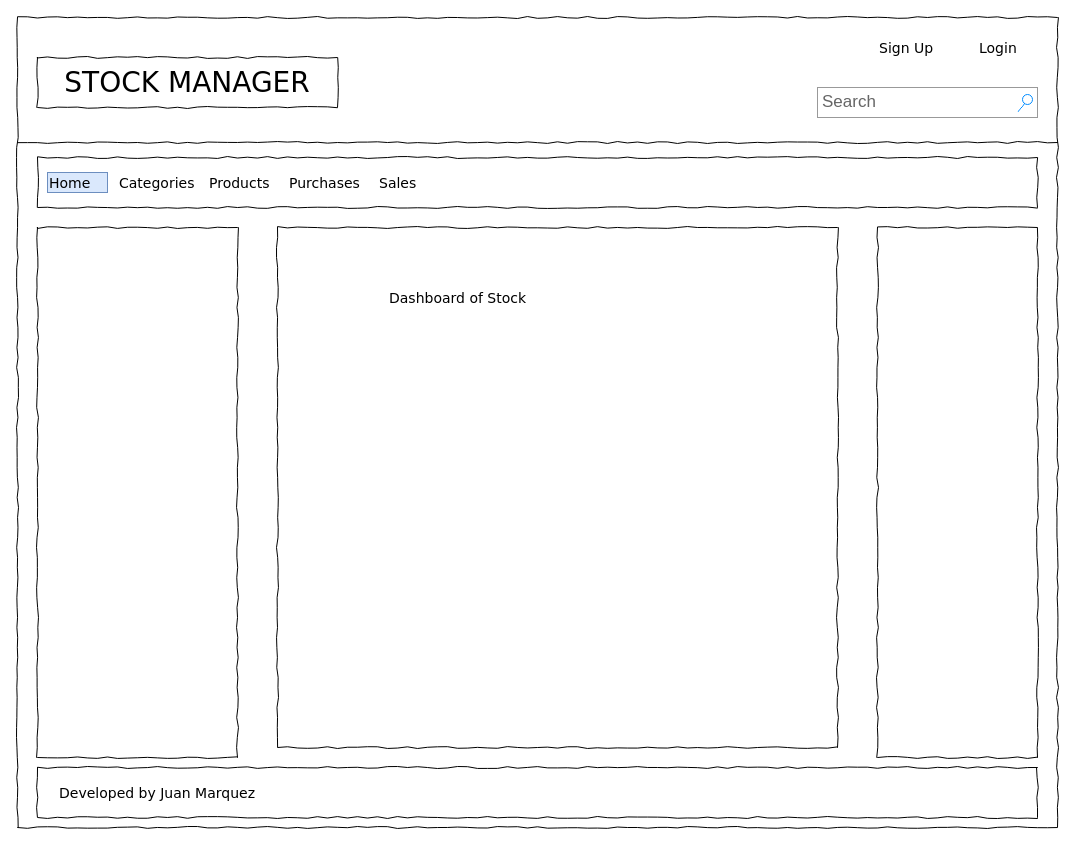
Earlier version of the draw.io diagram page "Home" (1 of 5) of Untitled Diagram.drawio (juanmarquez4/stock-manager). Source tidied: cells renumbered, new cells numbered last; positions are measured from the earlier drawing's top-left corner, leaving out a move shared by most shapes. Both pictures are drawn from the tidied source at 100%, with x=0, y=0 at pixel (17, 17).
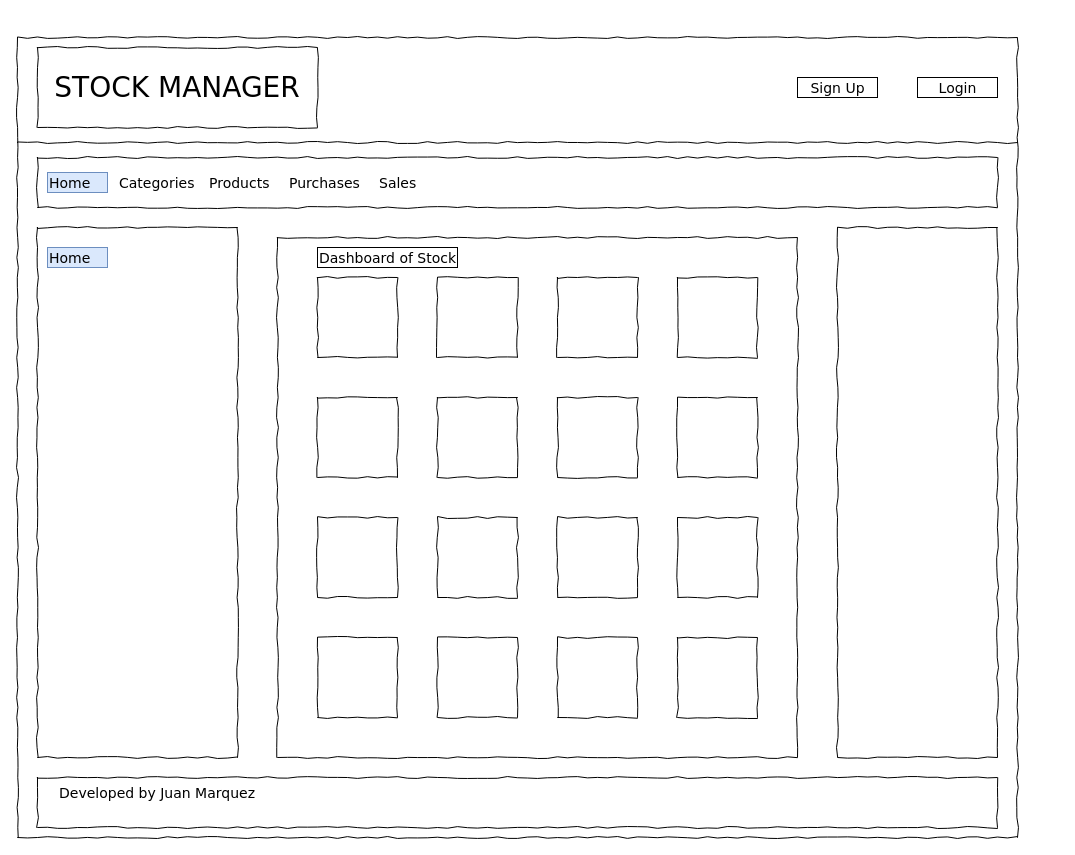
After the change.

Change to the diagram source:
```diff
@@
     <mxCell id="2" style="whiteSpace=wrap;html=1;rounded=0;shadow=0;labelBackgroundColor=none;strokeColor=#000000;strokeWidth=1;fillColor=none;fontFamily=Verdana;fontSize=12;fontColor=#000000;align=center;comic=1;" parent="1" vertex="1">
-      <mxGeometry width="1040" height="810" as="geometry" />
+      <mxGeometry y="20" width="1000" height="800" as="geometry" />
     </mxCell>
     <mxCell id="3" value="STOCK MANAGER" style="whiteSpace=wrap;html=1;rounded=0;shadow=0;labelBackgroundColor=none;strokeWidth=1;fontFamily=Verdana;fontSize=28;align=center;comic=1;" parent="1" vertex="1">
-      <mxGeometry x="20" y="40" width="300" height="50" as="geometry" />
+      <mxGeometry x="20" y="30" width="280" height="80" as="geometry" />
     </mxCell>
-    <mxCell id="4" value="Search" style="strokeWidth=1;shadow=0;dashed=0;align=center;html=1;shape=mxgraph.mockup.forms.searchBox;strokeColor=#999999;mainText=;strokeColor2=#008cff;fontColor=#666666;fontSize=17;align=left;spacingLeft=3;rounded=0;labelBackgroundColor=none;comic=1;" parent="1" vertex="1">
-      <mxGeometry x="800" y="70" width="220" height="30" as="geometry" />
-    </mxCell>
-    <mxCell id="5" value="Sign Up" style="text;html=1;align=left;verticalAlign=top;spacingTop=-4;fontSize=14;fontFamily=Verdana;" parent="1" vertex="1">
-      <mxGeometry x="860" y="20" width="60" height="20" as="geometry" />
+    <mxCell id="5" value="Sign Up" style="text;html=1;align=center;verticalAlign=top;spacingTop=-4;fontSize=14;fontFamily=Verdana;strokeColor=default;" parent="1" vertex="1">
+      <mxGeometry x="780" y="60" width="80" height="20" as="geometry" />
     </mxCell>
-    <mxCell id="6" value="Login" style="text;html=1;align=left;verticalAlign=top;spacingTop=-4;fontSize=14;fontFamily=Verdana;" parent="1" vertex="1">
-      <mxGeometry x="960" y="20" width="60" height="20" as="geometry" />
+    <mxCell id="6" value="Login" style="text;html=1;align=center;verticalAlign=top;spacingTop=-4;fontSize=14;fontFamily=Verdana;strokeColor=default;" parent="1" vertex="1">
+      <mxGeometry x="900" y="60" width="80" height="20" as="geometry" />
     </mxCell>
@@
     <mxCell id="8" style="line;strokeWidth=1;html=1;rounded=0;shadow=0;labelBackgroundColor=none;fillColor=none;fontFamily=Verdana;fontSize=14;fontColor=#000000;align=center;comic=1;" parent="1" vertex="1">
-      <mxGeometry y="120" width="1040" height="10" as="geometry" />
+      <mxGeometry y="120" width="1000" height="10" as="geometry" />
     </mxCell>
     <mxCell id="9" style="whiteSpace=wrap;html=1;rounded=0;shadow=0;labelBackgroundColor=none;strokeWidth=1;fillColor=none;fontFamily=Verdana;fontSize=12;align=center;comic=1;" parent="1" vertex="1">
-      <mxGeometry x="20" y="140" width="1000" height="50" as="geometry" />
+      <mxGeometry x="20" y="140" width="960" height="50" as="geometry" />
     </mxCell>
@@
     <mxCell id="14" style="whiteSpace=wrap;html=1;rounded=0;shadow=0;labelBackgroundColor=none;strokeWidth=1;fillColor=none;fontFamily=Verdana;fontSize=12;align=center;comic=1;" parent="1" vertex="1">
-      <mxGeometry x="860" y="210" width="160" height="530" as="geometry" />
+      <mxGeometry x="820" y="210" width="160" height="530" as="geometry" />
     </mxCell>
@@
     <mxCell id="16" style="whiteSpace=wrap;html=1;rounded=0;shadow=0;labelBackgroundColor=none;strokeWidth=1;fillColor=none;fontFamily=Verdana;fontSize=12;align=center;comic=1;" parent="1" vertex="1">
-      <mxGeometry x="20" y="750" width="1000" height="50" as="geometry" />
+      <mxGeometry x="20" y="760" width="960" height="50" as="geometry" />
     </mxCell>
@@
     <mxCell id="18" style="whiteSpace=wrap;html=1;rounded=0;shadow=0;labelBackgroundColor=none;strokeWidth=1;fillColor=none;fontFamily=Verdana;fontSize=12;align=center;comic=1;" parent="1" vertex="1">
-      <mxGeometry x="260" y="210" width="560" height="520" as="geometry" />
+      <mxGeometry x="260" y="220" width="520" height="520" as="geometry" />
     </mxCell>
-    <mxCell id="19" value="Dashboard of Stock" style="text;html=1;align=left;verticalAlign=top;spacingTop=-4;fontSize=14;fontFamily=Verdana;" parent="1" vertex="1">
-      <mxGeometry x="370" y="270" width="140" height="20" as="geometry" />
+    <mxCell id="19" value="Dashboard of Stock" style="text;html=1;align=left;verticalAlign=top;spacingTop=-4;fontSize=14;fontFamily=Verdana;strokeColor=default;" parent="1" vertex="1">
+      <mxGeometry x="300" y="230" width="140" height="20" as="geometry" />
     </mxCell>
+    <mxCell id="20" value="Home" style="text;html=1;align=left;verticalAlign=top;spacingTop=-4;fontSize=14;fontFamily=Verdana;fillColor=#dae8fc;strokeColor=#6c8ebf;" parent="1" vertex="1">
+      <mxGeometry x="30" y="230" width="60" height="20" as="geometry" />
+    </mxCell>
+    <mxCell id="21" style="whiteSpace=wrap;html=1;rounded=0;shadow=0;labelBackgroundColor=none;strokeWidth=1;fillColor=none;fontFamily=Verdana;fontSize=12;align=center;comic=1;" parent="1" vertex="1">
+      <mxGeometry x="300" y="260" width="80" height="80" as="geometry" />
+    </mxCell>
+    <mxCell id="22" style="whiteSpace=wrap;html=1;rounded=0;shadow=0;labelBackgroundColor=none;strokeWidth=1;fillColor=none;fontFamily=Verdana;fontSize=12;align=center;comic=1;" parent="1" vertex="1">
+      <mxGeometry x="420" y="260" width="80" height="80" as="geometry" />
+    </mxCell>
+    <mxCell id="23" style="whiteSpace=wrap;html=1;rounded=0;shadow=0;labelBackgroundColor=none;strokeWidth=1;fillColor=none;fontFamily=Verdana;fontSize=12;align=center;comic=1;" parent="1" vertex="1">
+      <mxGeometry x="540" y="260" width="80" height="80" as="geometry" />
+    </mxCell>
+    <mxCell id="24" style="whiteSpace=wrap;html=1;rounded=0;shadow=0;labelBackgroundColor=none;strokeWidth=1;fillColor=none;fontFamily=Verdana;fontSize=12;align=center;comic=1;" parent="1" vertex="1">
+      <mxGeometry x="660" y="260" width="80" height="80" as="geometry" />
+    </mxCell>
+    <mxCell id="25" style="whiteSpace=wrap;html=1;rounded=0;shadow=0;labelBackgroundColor=none;strokeWidth=1;fillColor=none;fontFamily=Verdana;fontSize=12;align=center;comic=1;" parent="1" vertex="1">
+      <mxGeometry x="300" y="380" width="80" height="80" as="geometry" />
+    </mxCell>
+    <mxCell id="26" style="whiteSpace=wrap;html=1;rounded=0;shadow=0;labelBackgroundColor=none;strokeWidth=1;fillColor=none;fontFamily=Verdana;fontSize=12;align=center;comic=1;" parent="1" vertex="1">
+      <mxGeometry x="420" y="380" width="80" height="80" as="geometry" />
+    </mxCell>
+    <mxCell id="27" style="whiteSpace=wrap;html=1;rounded=0;shadow=0;labelBackgroundColor=none;strokeWidth=1;fillColor=none;fontFamily=Verdana;fontSize=12;align=center;comic=1;" parent="1" vertex="1">
+      <mxGeometry x="540" y="380" width="80" height="80" as="geometry" />
+    </mxCell>
+    <mxCell id="28" style="whiteSpace=wrap;html=1;rounded=0;shadow=0;labelBackgroundColor=none;strokeWidth=1;fillColor=none;fontFamily=Verdana;fontSize=12;align=center;comic=1;" parent="1" vertex="1">
+      <mxGeometry x="660" y="380" width="80" height="80" as="geometry" />
+    </mxCell>
+    <mxCell id="29" style="whiteSpace=wrap;html=1;rounded=0;shadow=0;labelBackgroundColor=none;strokeWidth=1;fillColor=none;fontFamily=Verdana;fontSize=12;align=center;comic=1;" parent="1" vertex="1">
+      <mxGeometry x="300" y="500" width="80" height="80" as="geometry" />
+    </mxCell>
+    <mxCell id="30" style="whiteSpace=wrap;html=1;rounded=0;shadow=0;labelBackgroundColor=none;strokeWidth=1;fillColor=none;fontFamily=Verdana;fontSize=12;align=center;comic=1;" parent="1" vertex="1">
+      <mxGeometry x="420" y="500" width="80" height="80" as="geometry" />
+    </mxCell>
+    <mxCell id="31" style="whiteSpace=wrap;html=1;rounded=0;shadow=0;labelBackgroundColor=none;strokeWidth=1;fillColor=none;fontFamily=Verdana;fontSize=12;align=center;comic=1;" parent="1" vertex="1">
+      <mxGeometry x="540" y="500" width="80" height="80" as="geometry" />
+    </mxCell>
+    <mxCell id="32" style="whiteSpace=wrap;html=1;rounded=0;shadow=0;labelBackgroundColor=none;strokeWidth=1;fillColor=none;fontFamily=Verdana;fontSize=12;align=center;comic=1;" parent="1" vertex="1">
+      <mxGeometry x="660" y="500" width="80" height="80" as="geometry" />
+    </mxCell>
+    <mxCell id="33" style="whiteSpace=wrap;html=1;rounded=0;shadow=0;labelBackgroundColor=none;strokeWidth=1;fillColor=none;fontFamily=Verdana;fontSize=12;align=center;comic=1;" parent="1" vertex="1">
+      <mxGeometry x="300" y="620" width="80" height="80" as="geometry" />
+    </mxCell>
+    <mxCell id="34" style="whiteSpace=wrap;html=1;rounded=0;shadow=0;labelBackgroundColor=none;strokeWidth=1;fillColor=none;fontFamily=Verdana;fontSize=12;align=center;comic=1;" parent="1" vertex="1">
+      <mxGeometry x="420" y="620" width="80" height="80" as="geometry" />
+    </mxCell>
+    <mxCell id="35" style="whiteSpace=wrap;html=1;rounded=0;shadow=0;labelBackgroundColor=none;strokeWidth=1;fillColor=none;fontFamily=Verdana;fontSize=12;align=center;comic=1;" parent="1" vertex="1">
+      <mxGeometry x="540" y="620" width="80" height="80" as="geometry" />
+    </mxCell>
+    <mxCell id="36" style="whiteSpace=wrap;html=1;rounded=0;shadow=0;labelBackgroundColor=none;strokeWidth=1;fillColor=none;fontFamily=Verdana;fontSize=12;align=center;comic=1;" parent="1" vertex="1">
+      <mxGeometry x="660" y="620" width="80" height="80" as="geometry" />
+    </mxCell>
```
